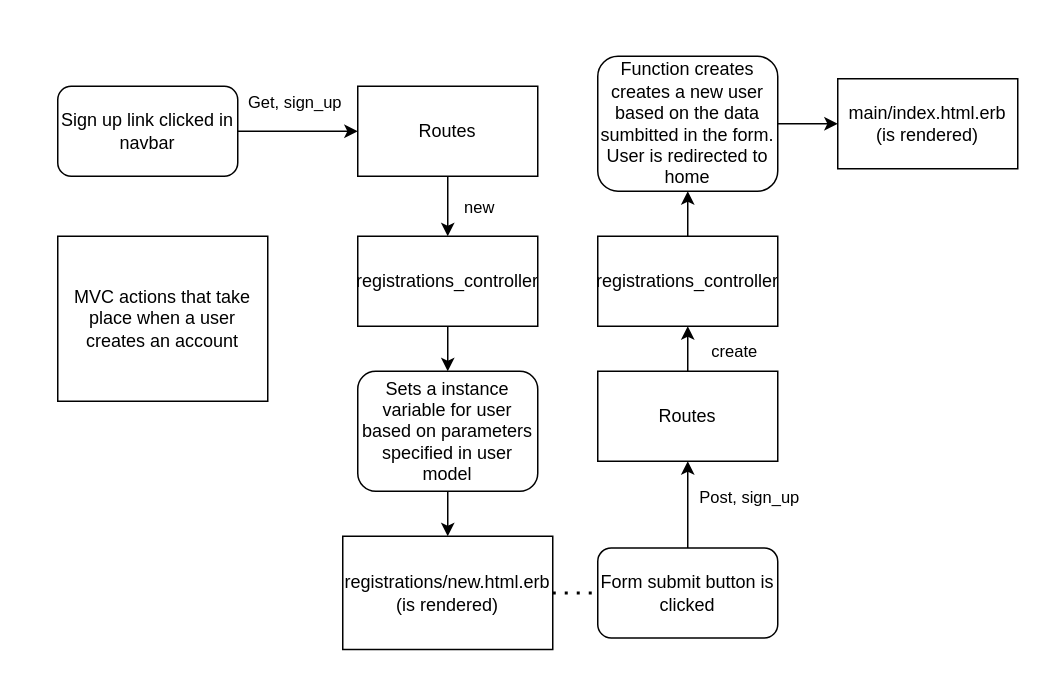
Above: MVC-diagram.drawio in connorsdylan18/DrawioDiagrams (draw.io), before the change. Source tidied: cells renumbered, new cells numbered last; positions are measured from the earlier drawing's top-left corner, leaving out a move shared by most shapes. Both pictures are drawn from the tidied source at 150%, with x=0, y=0 at pixel (57, 56).
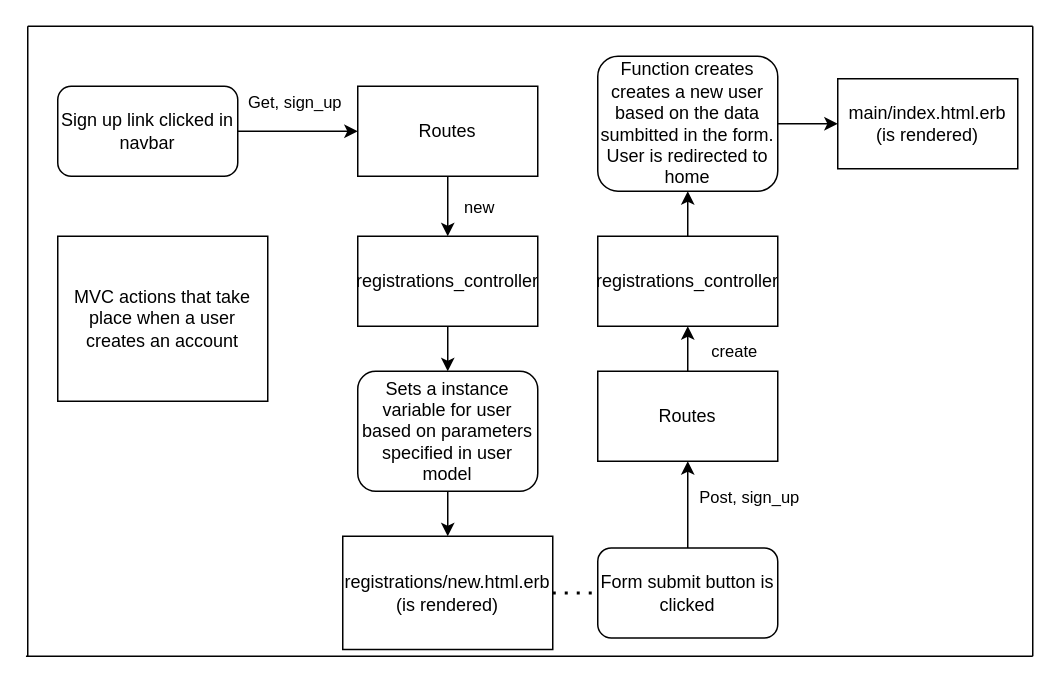
Above is the later version.

What changed in the source:
```diff
@@
+    <mxCell id="26" style="endArrow=none;html=1;rounded=0;" parent="1" edge="1">
+      <mxGeometry relative="1" as="geometry">
+        <mxPoint x="650" y="-20" as="sourcePoint" />
+        <mxPoint x="-20" y="-20" as="targetPoint" />
+        <Array as="points">
+          <mxPoint x="330" y="-20" />
+        </Array>
+      </mxGeometry>
+    </mxCell>
+    <mxCell id="27" style="endArrow=none;html=1;rounded=0;" parent="1" edge="1">
+      <mxGeometry relative="1" as="geometry">
+        <mxPoint x="650" y="400" as="sourcePoint" />
+        <mxPoint x="650" y="-20" as="targetPoint" />
+      </mxGeometry>
+    </mxCell>
+    <mxCell id="28" style="endArrow=none;html=1;rounded=0;" parent="1" edge="1">
+      <mxGeometry relative="1" as="geometry">
+        <mxPoint x="650" y="400" as="sourcePoint" />
+        <mxPoint x="-21.2" y="400" as="targetPoint" />
+      </mxGeometry>
+    </mxCell>
+    <mxCell id="29" style="endArrow=none;html=1;rounded=0;" parent="1" edge="1">
+      <mxGeometry relative="1" as="geometry">
+        <mxPoint x="-20" y="400" as="sourcePoint" />
+        <mxPoint x="-20" y="-20" as="targetPoint" />
+      </mxGeometry>
+    </mxCell>
```
